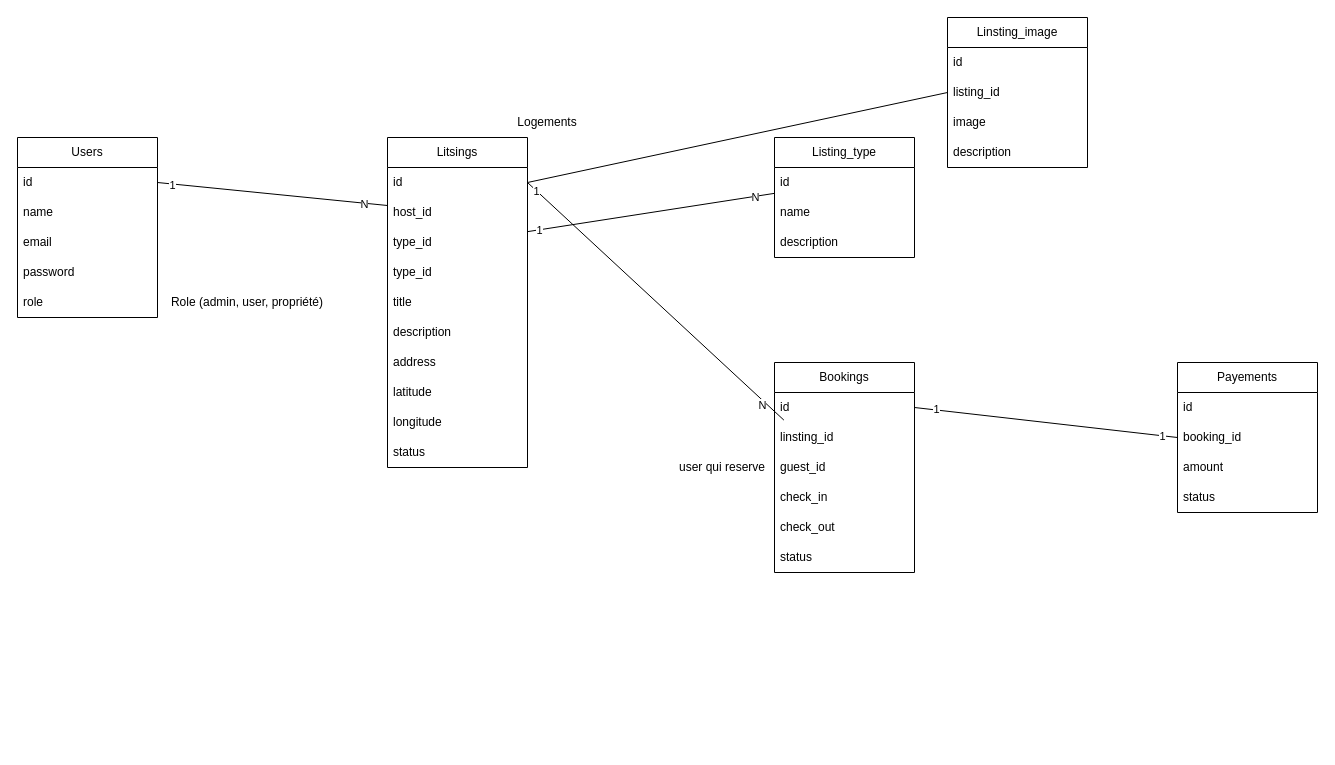
Arsene-Faly/Modelisation_bdd keeps this draw.io diagram as Annuaire.drawio. Above is the earlier version. Source tidied: cells renumbered, new cells numbered last; positions are measured from the earlier drawing's top-left corner, leaving out a move shared by most shapes. Both pictures are drawn from the tidied source at 100%, with x=0, y=0 at pixel (17, 17).
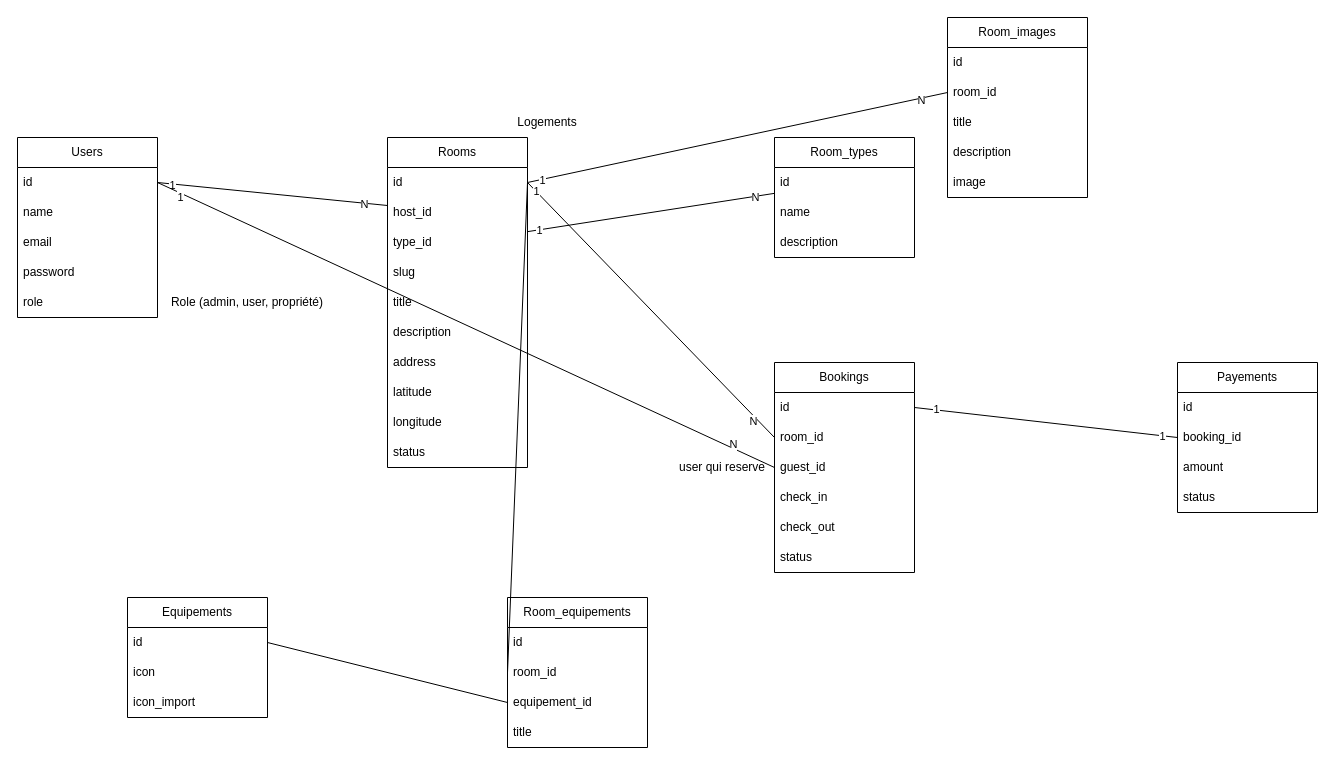
After the change.

Commit message (it also covers changes not shown here):
Mettre à jour Annuaire.drawio

The change refers to these unchanged cells:
```xml
<mxCell id="3" value="id" style="text;strokeColor=none;fillColor=none;align=left;verticalAlign=middle;spacingLeft=4;spacingRight=4;overflow=hidden;points=[[0,0.5],[1,0.5]];portConstraint=eastwest;whiteSpace=wrap;html=1;" parent="2" vertex="1">
  <mxGeometry y="30" width="140" height="30" as="geometry" />
</mxCell>
<mxCell id="9" value="id" style="text;strokeColor=none;fillColor=none;align=left;verticalAlign=middle;spacingLeft=4;spacingRight=4;overflow=hidden;points=[[0,0.5],[1,0.5]];portConstraint=eastwest;whiteSpace=wrap;html=1;" parent="8" vertex="1">
  <mxGeometry y="30" width="140" height="30" as="geometry" />
</mxCell>
<mxCell id="30" value="Bookings" style="swimlane;fontStyle=0;horizontal=1;startSize=30;whiteSpace=wrap;html=1;" parent="1" vertex="1">
  <mxGeometry x="757" y="345" width="140" height="210" as="geometry" />
</mxCell>
<mxCell id="31" value="id" style="text;strokeColor=none;fillColor=none;align=left;verticalAlign=middle;spacingLeft=4;spacingRight=4;overflow=hidden;points=[[0,0.5],[1,0.5]];portConstraint=eastwest;whiteSpace=wrap;html=1;" parent="30" vertex="1">
  <mxGeometry y="30" width="140" height="30" as="geometry" />
</mxCell>
<mxCell id="33" value="guest_id" style="text;strokeColor=none;fillColor=none;align=left;verticalAlign=middle;spacingLeft=4;spacingRight=4;overflow=hidden;points=[[0,0.5],[1,0.5]];portConstraint=eastwest;whiteSpace=wrap;html=1;" parent="30" vertex="1">
  <mxGeometry y="90" width="140" height="30" as="geometry" />
</mxCell>
<mxCell id="54" style="endArrow=none;html=1;rounded=0;exitX=1;exitY=0.5;exitDx=0;exitDy=0;entryX=0;entryY=0.5;entryDx=0;entryDy=0;" parent="1" edge="1" source="9" target="51">
  <mxGeometry relative="1" as="geometry" />
</mxCell>
```

The edit, as a diff of the source:
```diff
@@
-    <mxCell id="8" value="Litsings" style="swimlane;fontStyle=0;horizontal=1;startSize=30;whiteSpace=wrap;html=1;" parent="1" vertex="1">
+    <mxCell id="8" value="Rooms" style="swimlane;fontStyle=0;horizontal=1;startSize=30;whiteSpace=wrap;html=1;" parent="1" vertex="1">
       <mxGeometry x="370" y="120" width="140" height="330" as="geometry" />
     </mxCell>
@@
-    <mxCell id="12" value="type_id" style="text;strokeColor=none;fillColor=none;align=left;verticalAlign=middle;spacingLeft=4;spacingRight=4;overflow=hidden;whiteSpace=wrap;html=1;" parent="8" vertex="1">
-      <mxGeometry y="120" width="140" height="30" as="geometry" />
-    </mxCell>
+    <mxCell id="56" value="slug" style="text;strokeColor=none;fillColor=none;align=left;verticalAlign=middle;spacingLeft=4;spacingRight=4;overflow=hidden;whiteSpace=wrap;html=1;" parent="8" vertex="1">
+      <mxGeometry y="120" width="140" height="30" as="geometry" />
+    </mxCell>
@@
-    <mxCell id="20" value="Listing_type" style="swimlane;fontStyle=0;horizontal=1;startSize=30;whiteSpace=wrap;html=1;" parent="1" vertex="1">
+    <mxCell id="20" value="Room_types" style="swimlane;fontStyle=0;horizontal=1;startSize=30;whiteSpace=wrap;html=1;" parent="1" vertex="1">
       <mxGeometry x="757" y="120" width="140" height="120" as="geometry" />
     </mxCell>
@@
-    <mxCell id="32" value="linsting_id" style="text;strokeColor=none;fillColor=none;align=left;verticalAlign=middle;spacingLeft=4;spacingRight=4;overflow=hidden;points=[[0,0.5],[1,0.5]];portConstraint=eastwest;whiteSpace=wrap;html=1;" parent="30" vertex="1">
+    <mxCell id="32" value="room_id" style="text;strokeColor=none;fillColor=none;align=left;verticalAlign=middle;spacingLeft=4;spacingRight=4;overflow=hidden;points=[[0,0.5],[1,0.5]];portConstraint=eastwest;whiteSpace=wrap;html=1;" parent="30" vertex="1">
       <mxGeometry y="60" width="140" height="30" as="geometry" />
     </mxCell>
@@
-    <mxCell id="37" style="endArrow=none;html=1;rounded=0;exitX=1;exitY=0.5;exitDx=0;exitDy=0;entryX=0.067;entryY=0.92;entryDx=0;entryDy=0;entryPerimeter=0;" parent="1" edge="1" source="9" target="31">
+    <mxCell id="37" style="endArrow=none;html=1;rounded=0;exitX=1;exitY=0.5;exitDx=0;exitDy=0;entryX=0;entryY=0.5;entryDx=0;entryDy=0;" parent="1" edge="1" source="9" target="32">
       <mxGeometry relative="1" as="geometry" />
     </mxCell>
@@
-    <mxCell id="49" value="Linsting_image" style="swimlane;fontStyle=0;horizontal=1;startSize=30;whiteSpace=wrap;html=1;" parent="1" vertex="1">
-      <mxGeometry x="930" width="140" height="150" as="geometry" />
+    <mxCell id="49" value="Room_images" style="swimlane;fontStyle=0;horizontal=1;startSize=30;whiteSpace=wrap;html=1;" parent="1" vertex="1">
+      <mxGeometry x="930" width="140" height="180" as="geometry" />
     </mxCell>
@@
-    <mxCell id="51" value="listing_id" style="text;strokeColor=none;fillColor=none;align=left;verticalAlign=middle;spacingLeft=4;spacingRight=4;overflow=hidden;points=[[0,0.5],[1,0.5]];portConstraint=eastwest;whiteSpace=wrap;html=1;" parent="49" vertex="1">
+    <mxCell id="51" value="room_id" style="text;strokeColor=none;fillColor=none;align=left;verticalAlign=middle;spacingLeft=4;spacingRight=4;overflow=hidden;points=[[0,0.5],[1,0.5]];portConstraint=eastwest;whiteSpace=wrap;html=1;" parent="49" vertex="1">
       <mxGeometry y="60" width="140" height="30" as="geometry" />
     </mxCell>
+    <mxCell id="57" value="title" style="text;strokeColor=none;fillColor=none;align=left;verticalAlign=middle;spacingLeft=4;spacingRight=4;overflow=hidden;whiteSpace=wrap;html=1;" parent="49" vertex="1">
+      <mxGeometry y="90" width="140" height="30" as="geometry" />
+    </mxCell>
+    <mxCell id="53" value="description" style="text;strokeColor=none;fillColor=none;align=left;verticalAlign=middle;spacingLeft=4;spacingRight=4;overflow=hidden;whiteSpace=wrap;html=1;" parent="49" vertex="1">
+      <mxGeometry y="120" width="140" height="30" as="geometry" />
+    </mxCell>
     <mxCell id="52" value="image" style="text;strokeColor=none;fillColor=none;align=left;verticalAlign=middle;spacingLeft=4;spacingRight=4;overflow=hidden;whiteSpace=wrap;html=1;" parent="49" vertex="1">
-      <mxGeometry y="90" width="140" height="30" as="geometry" />
+      <mxGeometry y="150" width="140" height="30" as="geometry" />
     </mxCell>
-    <mxCell id="53" value="description" style="text;strokeColor=none;fillColor=none;align=left;verticalAlign=middle;spacingLeft=4;spacingRight=4;overflow=hidden;whiteSpace=wrap;html=1;" parent="49" vertex="1">
-      <mxGeometry y="120" width="140" height="30" as="geometry" />
-    </mxCell>
@@
+    <mxCell id="58" value="1" style="edgeLabel;html=1;align=center;verticalAlign=middle;" parent="54" vertex="1">
+      <mxGeometry x="-0.93" y="-1" relative="1" as="geometry" />
+    </mxCell>
+    <mxCell id="59" value="N" style="edgeLabel;html=1;align=center;verticalAlign=middle;" parent="54" vertex="1">
+      <mxGeometry x="0.87" y="-3" relative="1" as="geometry">
+        <mxPoint y="-1" as="offset" />
+      </mxGeometry>
+    </mxCell>
@@
+    <mxCell id="60" style="endArrow=none;html=1;rounded=0;exitX=1;exitY=0.5;exitDx=0;exitDy=0;entryX=0;entryY=0.5;entryDx=0;entryDy=0;" parent="1" edge="1" source="3" target="33">
+      <mxGeometry relative="1" as="geometry" />
+    </mxCell>
+    <mxCell id="61" value="1" style="edgeLabel;html=1;align=center;verticalAlign=middle;" parent="60" vertex="1">
+      <mxGeometry x="-0.92" y="-4" relative="1" as="geometry" />
+    </mxCell>
+    <mxCell id="62" value="N" style="edgeLabel;html=1;align=center;verticalAlign=middle;" parent="60" vertex="1">
+      <mxGeometry x="0.86" y="4" relative="1" as="geometry" />
+    </mxCell>
+    <mxCell id="63" value="Equipements" style="swimlane;fontStyle=0;horizontal=1;startSize=30;whiteSpace=wrap;html=1;" parent="1" vertex="1">
+      <mxGeometry x="110" y="580" width="140" height="120" as="geometry" />
+    </mxCell>
+    <mxCell id="64" value="id" style="text;strokeColor=none;fillColor=none;align=left;verticalAlign=middle;spacingLeft=4;spacingRight=4;overflow=hidden;points=[[0,0.5],[1,0.5]];portConstraint=eastwest;whiteSpace=wrap;html=1;" parent="63" vertex="1">
+      <mxGeometry y="30" width="140" height="30" as="geometry" />
+    </mxCell>
+    <mxCell id="65" value="icon" style="text;strokeColor=none;fillColor=none;align=left;verticalAlign=middle;spacingLeft=4;spacingRight=4;overflow=hidden;whiteSpace=wrap;html=1;" parent="63" vertex="1">
+      <mxGeometry y="60" width="140" height="30" as="geometry" />
+    </mxCell>
+    <mxCell id="66" value="icon_import" style="text;strokeColor=none;fillColor=none;align=left;verticalAlign=middle;spacingLeft=4;spacingRight=4;overflow=hidden;whiteSpace=wrap;html=1;" parent="63" vertex="1">
+      <mxGeometry y="90" width="140" height="30" as="geometry" />
+    </mxCell>
+    <mxCell id="67" value="Room_equipements" style="swimlane;fontStyle=0;horizontal=1;startSize=30;whiteSpace=wrap;html=1;" parent="1" vertex="1">
+      <mxGeometry x="490" y="580" width="140" height="150" as="geometry" />
+    </mxCell>
+    <mxCell id="68" value="id" style="text;strokeColor=none;fillColor=none;align=left;verticalAlign=middle;spacingLeft=4;spacingRight=4;overflow=hidden;whiteSpace=wrap;html=1;" parent="67" vertex="1">
+      <mxGeometry y="30" width="140" height="30" as="geometry" />
+    </mxCell>
+    <mxCell id="69" value="room_id" style="text;strokeColor=none;fillColor=none;align=left;verticalAlign=middle;spacingLeft=4;spacingRight=4;overflow=hidden;points=[[0,0.5],[1,0.5]];portConstraint=eastwest;whiteSpace=wrap;html=1;" parent="67" vertex="1">
+      <mxGeometry y="60" width="140" height="30" as="geometry" />
+    </mxCell>
+    <mxCell id="70" value="equipement_id" style="text;strokeColor=none;fillColor=none;align=left;verticalAlign=middle;spacingLeft=4;spacingRight=4;overflow=hidden;points=[[0,0.5],[1,0.5]];portConstraint=eastwest;whiteSpace=wrap;html=1;" parent="67" vertex="1">
+      <mxGeometry y="90" width="140" height="30" as="geometry" />
+    </mxCell>
+    <mxCell id="71" value="title" style="text;strokeColor=none;fillColor=none;align=left;verticalAlign=middle;spacingLeft=4;spacingRight=4;overflow=hidden;whiteSpace=wrap;html=1;" parent="67" vertex="1">
+      <mxGeometry y="120" width="140" height="30" as="geometry" />
+    </mxCell>
+    <mxCell id="72" style="endArrow=none;html=1;rounded=0;exitX=1;exitY=0.5;exitDx=0;exitDy=0;entryX=0;entryY=0.5;entryDx=0;entryDy=0;" parent="1" edge="1" source="64" target="70">
+      <mxGeometry relative="1" as="geometry" />
+    </mxCell>
+    <mxCell id="73" style="endArrow=none;html=1;rounded=0;exitX=0;exitY=0.5;exitDx=0;exitDy=0;entryX=1;entryY=0.5;entryDx=0;entryDy=0;" parent="1" edge="1" source="69" target="9">
+      <mxGeometry relative="1" as="geometry" />
+    </mxCell>
```
